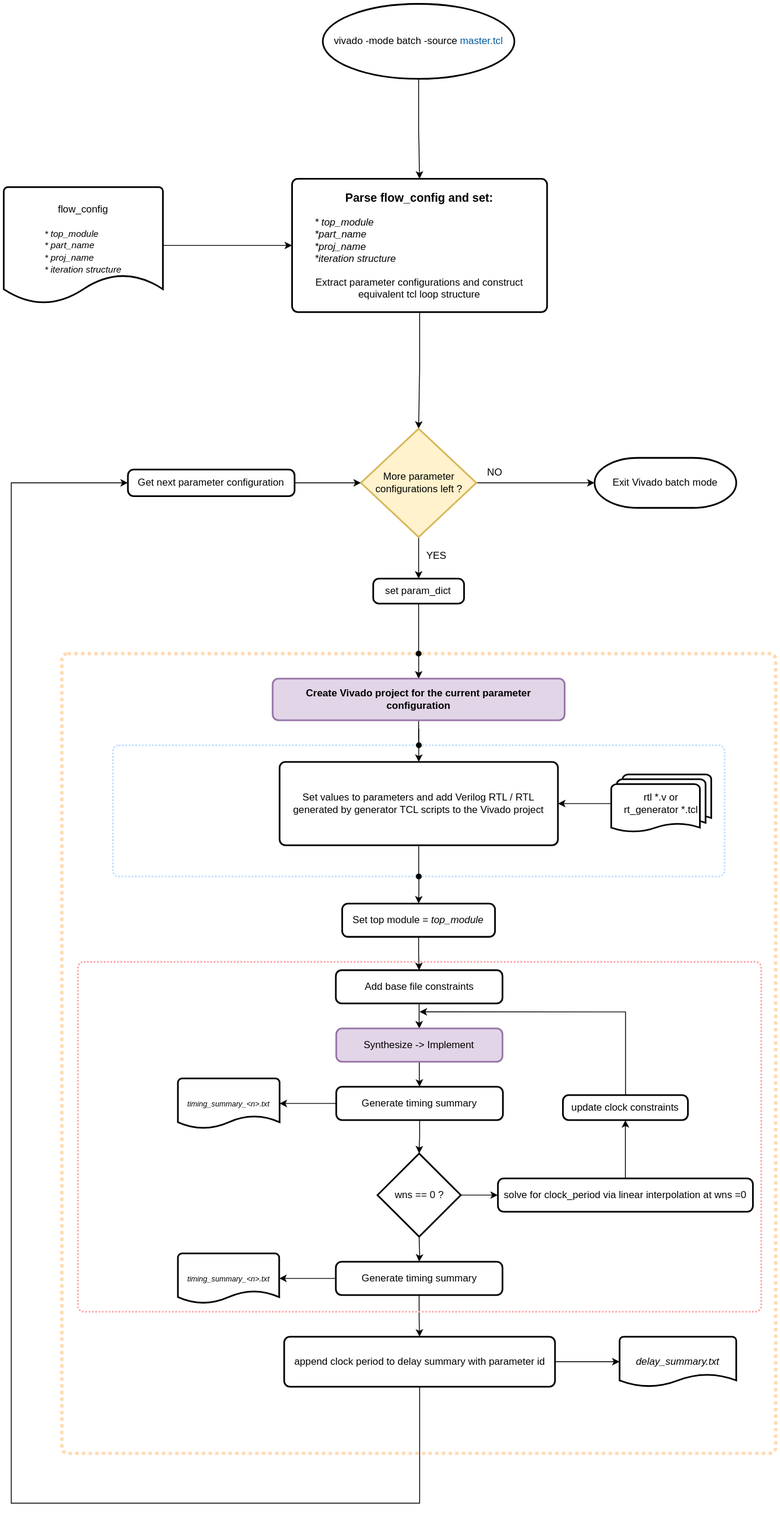
This is figs/flow_chart.svg from AbhijitBaral/delay_automation_combinational_designs, a draw.io export, as it was before one commit. Source tidied: cells renumbered, new cells last; positions are measured from the earlier drawing's top-left corner, leaving out a move shared by most shapes.
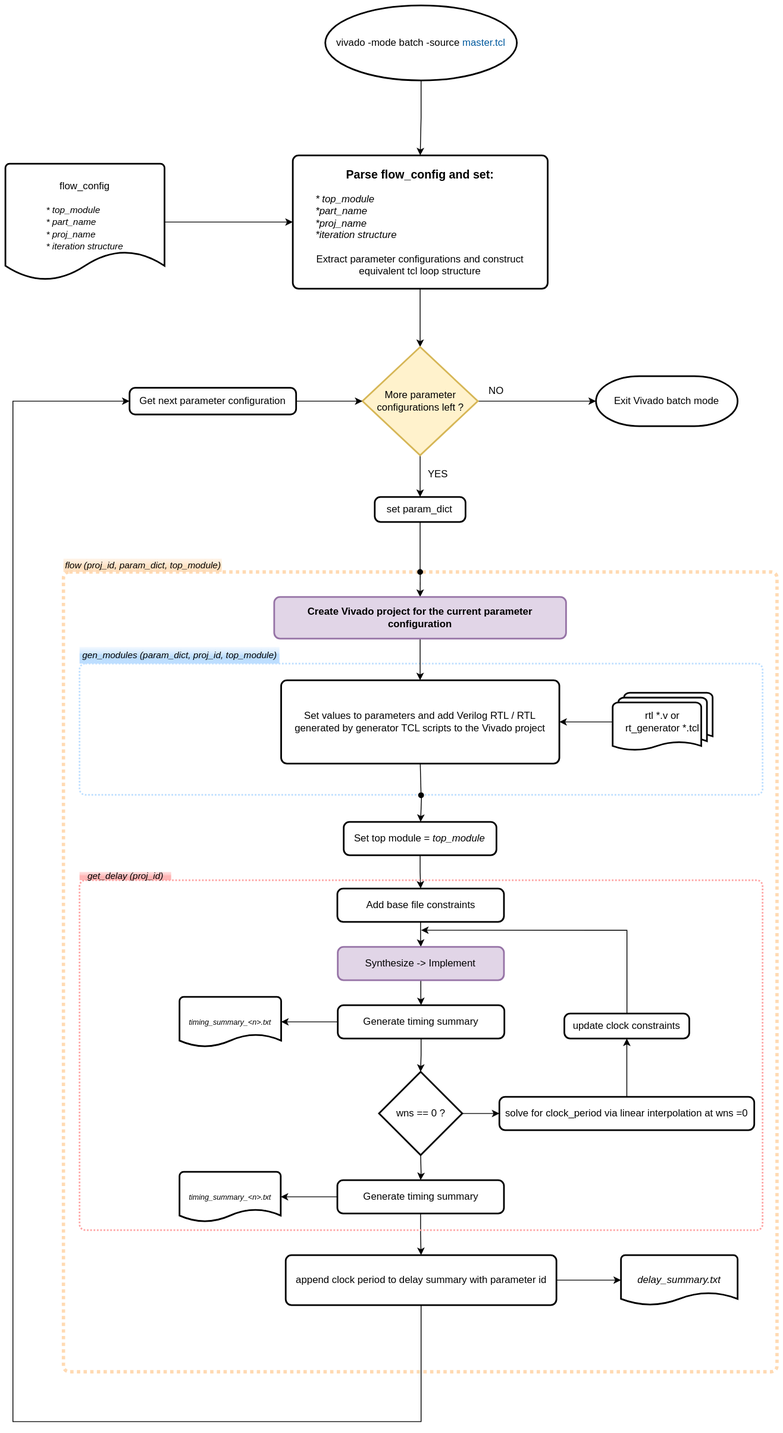
The same diagram one commit later.

Commit message:
flowchart improved

What changed in the source:
```diff
@@ -5,26 +5,29 @@
     <mxCell id="2" style="rounded=1;whiteSpace=wrap;html=1;absoluteArcSize=1;arcSize=14;strokeWidth=4;fillColor=none;strokeColor=light-dark(#ffdab3, #36210a);dashed=1;dashPattern=1 1;" parent="1" vertex="1">
       <mxGeometry x="69.7" y="780" width="856.6" height="960" as="geometry" />
     </mxCell>
-    <mxCell id="3" style="edgeStyle=orthogonalEdgeStyle;rounded=0;jettySize=auto;html=1;entryX=0.5;entryY=0;entryDx=0;entryDy=0;" parent="1" edge="1" source="5" target="24">
-      <mxGeometry relative="1" as="geometry" />
-    </mxCell>
-    <mxCell id="4" style="edgeStyle=orthogonalEdgeStyle;rounded=0;jettySize=auto;html=1;entryX=0.5;entryY=0;entryDx=0;entryDy=0;" parent="1" edge="1" source="5" target="28">
-      <mxGeometry relative="1" as="geometry" />
+    <mxCell id="4" style="edgeStyle=orthogonalEdgeStyle;rounded=0;orthogonalLoop=1;jettySize=auto;html=1;entryX=0.5;entryY=0;entryDx=0;entryDy=0;" parent="1" edge="1">
+      <mxGeometry relative="1" as="geometry">
+        <mxPoint x="499.6" y="1047.5" as="sourcePoint" />
+        <mxPoint x="498.4" y="1080" as="targetPoint" />
+        <Array as="points">
+          <mxPoint x="498" y="1048" />
+        </Array>
+      </mxGeometry>
     </mxCell>
     <mxCell id="5" style="rounded=1;whiteSpace=wrap;html=1;absoluteArcSize=1;arcSize=14;strokeWidth=2;fillColor=none;dashed=1;strokeColor=light-dark(#BDDEFF,#5C79A3);dashPattern=1 1;" parent="1" vertex="1">
-      <mxGeometry x="131" y="890" width="734" height="157.5" as="geometry" />
+      <mxGeometry x="89" y="890" width="820" height="157.5" as="geometry" />
     </mxCell>
     <mxCell id="6" style="edgeStyle=orthogonalEdgeStyle;rounded=0;jettySize=auto;html=1;entryX=0.5;entryY=0;entryDx=0;entryDy=0;" parent="1" edge="1" source="7" target="10">
       <mxGeometry relative="1" as="geometry" />
     </mxCell>
     <mxCell id="7" value="vivado -mode batch -source&amp;nbsp;&lt;font style=&quot;color: light-dark(rgb(0, 90, 158), rgb(237, 237, 237));&quot;&gt;master.tcl&lt;/font&gt;" style="strokeWidth=2;html=1;shape=mxgraph.flowchart.start_1;whiteSpace=wrap;" parent="1" vertex="1">
-      <mxGeometry x="382.8" width="230" height="90" as="geometry" />
+      <mxGeometry x="384" y="100" width="230" height="90" as="geometry" />
     </mxCell>
     <mxCell id="8" style="edgeStyle=orthogonalEdgeStyle;rounded=0;jettySize=auto;html=1;exitX=0.524;exitY=0.86;exitDx=0;exitDy=0;exitPerimeter=0;entryX=0.5;entryY=0;entryDx=0;entryDy=0;" parent="1" edge="1" target="10">
       <mxGeometry relative="1" as="geometry">
-        <mxPoint x="498.6" y="330.4" as="sourcePoint" />
+        <mxPoint x="498.6" y="400.4" as="sourcePoint" />
         <Array as="points">
-          <mxPoint x="498" y="330" />
+          <mxPoint x="498" y="400" />
         </Array>
       </mxGeometry>
     </mxCell>
@@ -32,7 +35,7 @@
       <mxGeometry relative="1" as="geometry" />
     </mxCell>
     <mxCell id="10" value="&lt;font style=&quot;font-size: 14px;&quot;&gt;&lt;b&gt;Parse flow_config and set:&lt;/b&gt;&lt;/font&gt;&lt;div&gt;&lt;br&gt;&lt;div style=&quot;text-align: left;&quot;&gt;&lt;span style=&quot;background-color: transparent; color: light-dark(rgb(0, 0, 0), rgb(255, 255, 255));&quot;&gt;&lt;i&gt;&lt;span style=&quot;white-space: pre;&quot;&gt;&#9;&lt;/span&gt;* top_module&lt;/i&gt;&lt;/span&gt;&lt;/div&gt;&lt;div style=&quot;text-align: left;&quot;&gt;&lt;i&gt;&lt;span style=&quot;white-space: pre;&quot;&gt;&#9;&lt;/span&gt;*part_name&lt;/i&gt;&lt;/div&gt;&lt;div style=&quot;text-align: left;&quot;&gt;&lt;i&gt;&lt;span style=&quot;white-space: pre;&quot;&gt;&#9;&lt;/span&gt;*proj_name&lt;/i&gt;&lt;/div&gt;&lt;div style=&quot;text-align: left;&quot;&gt;&lt;i&gt;&lt;span style=&quot;white-space: pre;&quot;&gt;&#9;&lt;/span&gt;*iteration structure&lt;/i&gt;&lt;/div&gt;&lt;div&gt;&lt;br&gt;&lt;/div&gt;&lt;div&gt;Extract parameter configurations and construct equivalent tcl loop structure&lt;/div&gt;&lt;/div&gt;" style="rounded=1;whiteSpace=wrap;html=1;absoluteArcSize=1;arcSize=14;strokeWidth=2;align=center;" parent="1" vertex="1">
-      <mxGeometry x="346" y="210" width="306" height="160" as="geometry" />
+      <mxGeometry x="345" y="280" width="306" height="160" as="geometry" />
     </mxCell>
     <mxCell id="11" style="edgeStyle=orthogonalEdgeStyle;rounded=0;jettySize=auto;html=1;entryX=0;entryY=0.5;entryDx=0;entryDy=0;entryPerimeter=0;" parent="1" edge="1" source="13" target="53">
       <mxGeometry relative="1" as="geometry" />
@@ -64,14 +67,16 @@
     <mxCell id="20" value="Get next parameter configuration" style="rounded=1;whiteSpace=wrap;html=1;absoluteArcSize=1;arcSize=14;strokeWidth=2;" parent="1" vertex="1">
       <mxGeometry x="149" y="559" width="200" height="32" as="geometry" />
     </mxCell>
-    <mxCell id="21" style="edgeStyle=orthogonalEdgeStyle;rounded=0;jettySize=auto;html=1;endArrow=oval;endFill=1;" parent="1" edge="1" source="22" target="5">
-      <mxGeometry relative="1" as="geometry" />
-    </mxCell>
+    <mxCell id="56" style="edgeStyle=orthogonalEdgeStyle;rounded=0;jettySize=auto;html=1;" parent="1" edge="1" source="22" target="24">
+      <mxGeometry relative="1" as="geometry" />
+    </mxCell>
     <mxCell id="22" value="&lt;b&gt;Create Vivado project for the current parameter configuration&lt;/b&gt;" style="rounded=1;whiteSpace=wrap;html=1;absoluteArcSize=1;arcSize=14;strokeWidth=2;fillColor=#e1d5e7;strokeColor=#9673a6;" parent="1" vertex="1">
       <mxGeometry x="322.7" y="810" width="350.4" height="50" as="geometry" />
     </mxCell>
-    <mxCell id="23" style="edgeStyle=orthogonalEdgeStyle;rounded=0;jettySize=auto;html=1;exitX=0.5;exitY=1;exitDx=0;exitDy=0;entryX=0.5;entryY=1;entryDx=0;entryDy=0;endArrow=oval;endFill=1;" parent="1" edge="1" source="24" target="5">
-      <mxGeometry relative="1" as="geometry" />
+    <mxCell id="23" style="edgeStyle=orthogonalEdgeStyle;rounded=0;jettySize=auto;html=1;exitX=0.5;exitY=1;exitDx=0;exitDy=0;endArrow=oval;endFill=1;" parent="1" edge="1" source="24">
+      <mxGeometry relative="1" as="geometry">
+        <mxPoint x="499" y="1048" as="targetPoint" />
+      </mxGeometry>
     </mxCell>
     <mxCell id="24" value="Set values to parameters and add Verilog RTL / RTL generated by generator TCL scripts to the Vivado project" style="rounded=1;whiteSpace=wrap;html=1;absoluteArcSize=1;arcSize=14;strokeWidth=2;" parent="1" vertex="1">
       <mxGeometry x="331" y="910" width="334" height="100" as="geometry" />
@@ -180,7 +185,16 @@
       <mxGeometry relative="1" as="geometry" />
     </mxCell>
     <mxCell id="55" value="flow_config&lt;div&gt;&lt;br&gt;&lt;div&gt;&lt;div style=&quot;text-align: left;&quot;&gt;&lt;i&gt;&lt;font style=&quot;font-size: 11px;&quot;&gt;* top_module&lt;/font&gt;&lt;/i&gt;&lt;/div&gt;&lt;div style=&quot;text-align: left;&quot;&gt;&lt;i&gt;&lt;font style=&quot;font-size: 11px;&quot;&gt;* part_name&lt;/font&gt;&lt;/i&gt;&lt;/div&gt;&lt;div style=&quot;text-align: left;&quot;&gt;&lt;i&gt;&lt;font style=&quot;font-size: 11px;&quot;&gt;* proj_name&lt;/font&gt;&lt;/i&gt;&lt;/div&gt;&lt;div style=&quot;text-align: left;&quot;&gt;&lt;i&gt;&lt;font style=&quot;font-size: 11px;&quot;&gt;* iteration structure&lt;/font&gt;&lt;/i&gt;&lt;/div&gt;&lt;div&gt;&lt;br&gt;&lt;/div&gt;&lt;/div&gt;&lt;/div&gt;" style="strokeWidth=2;html=1;shape=mxgraph.flowchart.document2;whiteSpace=wrap;size=0.25;" parent="1" vertex="1">
-      <mxGeometry y="220" width="191" height="140" as="geometry" />
+      <mxGeometry y="290" width="191" height="140" as="geometry" />
     </mxCell>
+    <mxCell id="57" value="&lt;i&gt;&lt;font style=&quot;color: rgb(0, 0, 0); font-size: 11px;&quot;&gt;flow (proj_id, param_dict, top_module)&lt;/font&gt;&lt;/i&gt;" style="text;html=1;align=center;verticalAlign=middle;strokeColor=none;fillColor=#FFDAB3;glass=1;fillStyle=solid;fillOpacity=80;strokeOpacity=100;" parent="1" vertex="1">
+      <mxGeometry x="69.7" y="764" width="190" height="16" as="geometry" />
+    </mxCell>
+    <mxCell id="58" value="&lt;i&gt;&lt;font style=&quot;color: rgb(0, 0, 0); font-size: 11px;&quot;&gt;gen_modules (param_dict, proj_id, top_module)&lt;/font&gt;&lt;/i&gt;" style="text;html=1;align=center;verticalAlign=middle;strokeColor=none;fillColor=#BDDEFF;glass=1;" parent="1" vertex="1">
+      <mxGeometry x="89" y="870" width="240" height="20" as="geometry" />
+    </mxCell>
+    <mxCell id="59" value="&lt;i&gt;&lt;font style=&quot;color: rgb(0, 0, 0); font-size: 11px;&quot;&gt;get_delay (proj_id)&lt;/font&gt;&lt;/i&gt;" style="text;html=1;align=center;verticalAlign=middle;strokeColor=none;fillColor=#FFA3A3;glass=1;fillStyle=solid;fillOpacity=80;strokeOpacity=100;" parent="1" vertex="1">
+      <mxGeometry x="89" y="1140" width="110" height="10" as="geometry" />
+    </mxCell>
   </root>
 </mxGraphModel>
```
